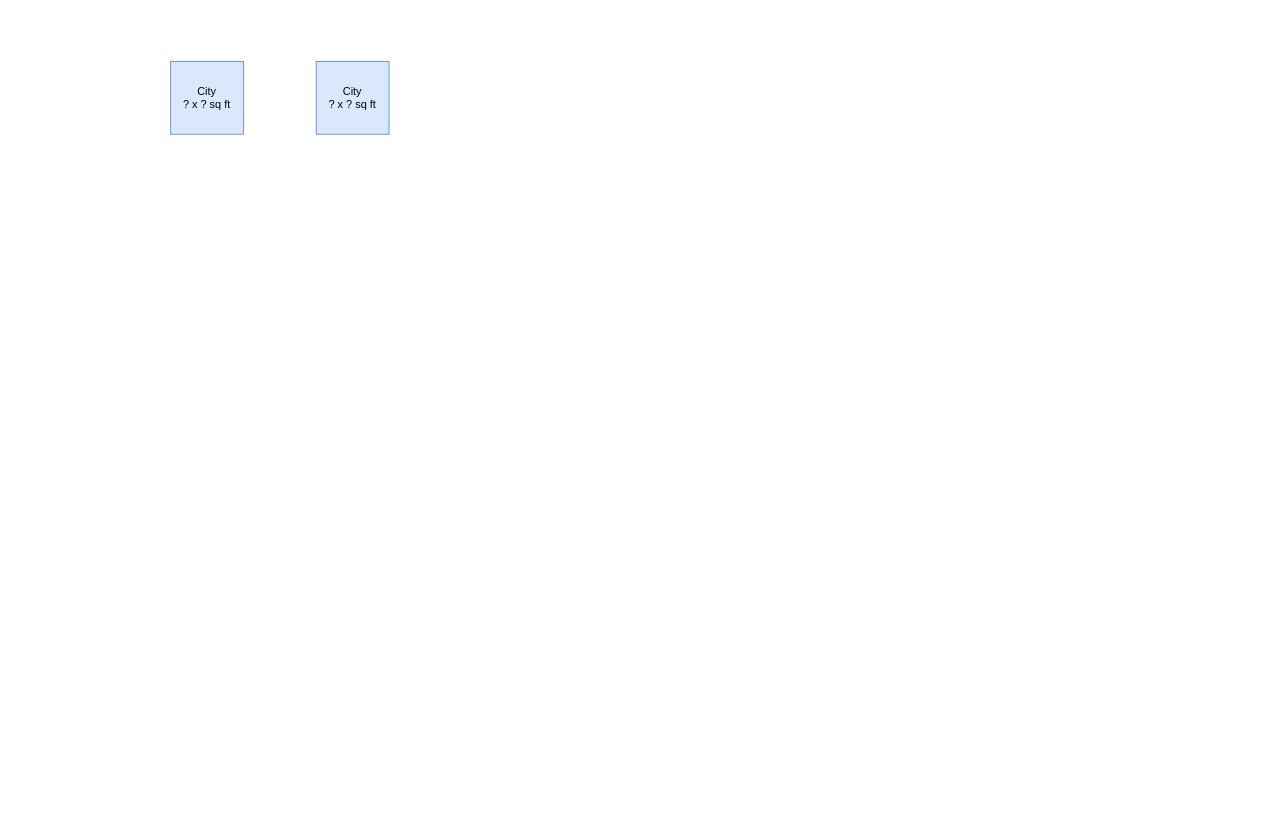
Earlier version of the draw.io diagram src/assets/city_to_city.drawio (harumhl/New-Austin-project). Source tidied: cells renumbered, new cells numbered last; positions are measured from the earlier drawing's top-left corner, leaving out a move shared by most shapes. Both pictures are drawn from the tidied source at 91%, with x=0, y=0 at pixel (170, 61).
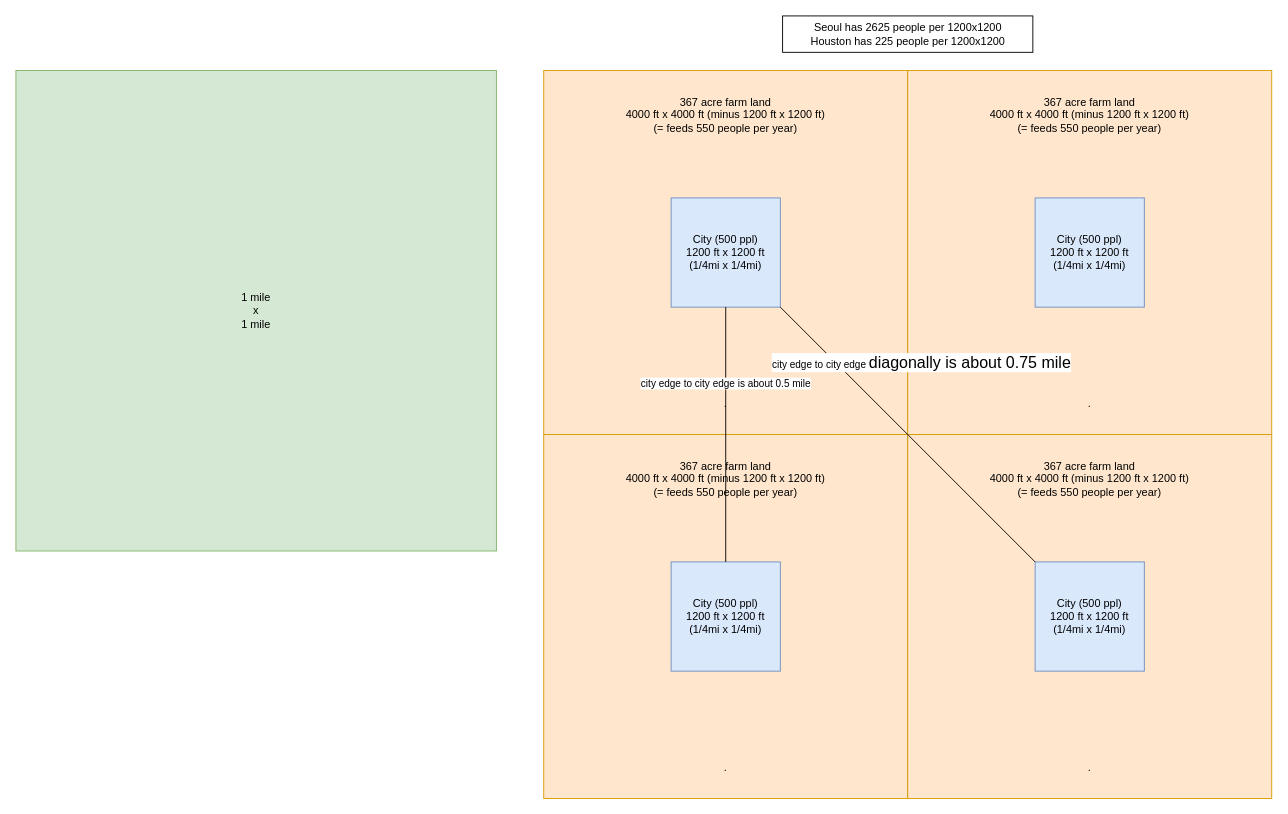
The same diagram, later.

The edit, as a diff of the source:
```diff
@@
 <mxGraphModel>
   <root>
     <mxCell id="0" />
     <mxCell id="1" parent="0" />
-    <mxCell id="2" value="City&lt;br&gt;? x ? sq ft" style="rounded=0;whiteSpace=wrap;html=1;fillColor=#dae8fc;strokeColor=#6c8ebf;" parent="1" vertex="1">
-      <mxGeometry width="80" height="80" as="geometry" />
-    </mxCell>
-    <mxCell id="3" value="City&lt;br&gt;? x ? sq ft" style="rounded=0;whiteSpace=wrap;html=1;fillColor=#dae8fc;strokeColor=#6c8ebf;" parent="1" vertex="1">
-      <mxGeometry x="160" width="80" height="80" as="geometry" />
-    </mxCell>
+    <mxCell id="4" value="Seoul has&amp;nbsp;2625&amp;nbsp;people per 1200x1200&lt;br&gt;Houston has 225 people per 1200x1200" style="rounded=0;whiteSpace=wrap;html=1;" parent="1" vertex="1">
+      <mxGeometry x="672.5" y="-50" width="275" height="40" as="geometry" />
+    </mxCell>
+    <mxCell id="5" value="367 acre farm land&lt;br style=&quot;border-color: var(--border-color);&quot;&gt;&lt;span style=&quot;border-color: var(--border-color);&quot;&gt;4000 ft x 4000 ft (minus 1200 ft x 1200 ft)&lt;br&gt;(= feeds 550 people per year)&lt;br&gt;&lt;br&gt;&lt;br&gt;&lt;br&gt;&lt;br&gt;&lt;br&gt;&lt;br&gt;&lt;br&gt;&lt;br&gt;&lt;br&gt;&lt;br&gt;&lt;br&gt;&lt;br&gt;&lt;br&gt;&lt;br&gt;&lt;br&gt;&lt;br&gt;&lt;br&gt;&lt;br&gt;&lt;br&gt;&lt;br&gt;.&lt;br&gt;&lt;/span&gt;" style="rounded=0;whiteSpace=wrap;html=1;fillColor=#ffe6cc;strokeColor=#d79b00;" parent="1" vertex="1">
+      <mxGeometry x="410" y="10" width="400" height="400" as="geometry" />
+    </mxCell>
+    <mxCell id="6" value="City (500 ppl)&lt;br&gt;1200 ft x 1200 ft&lt;br&gt;(1/4mi x 1/4mi)" style="rounded=0;whiteSpace=wrap;html=1;fillColor=#dae8fc;strokeColor=#6c8ebf;" parent="1" vertex="1">
+      <mxGeometry x="550" y="150" width="120" height="120" as="geometry" />
+    </mxCell>
+    <mxCell id="7" value="367 acre farm land&lt;br style=&quot;border-color: var(--border-color);&quot;&gt;&lt;span style=&quot;border-color: var(--border-color);&quot;&gt;4000 ft x 4000 ft (minus 1200 ft x 1200 ft)&lt;br&gt;(= feeds 550 people per year)&lt;br&gt;&lt;br&gt;&lt;br&gt;&lt;br&gt;&lt;br&gt;&lt;br&gt;&lt;br&gt;&lt;br&gt;&lt;br&gt;&lt;br&gt;&lt;br&gt;&lt;br&gt;&lt;br&gt;&lt;br&gt;&lt;br&gt;&lt;br&gt;&lt;br&gt;&lt;br&gt;&lt;br&gt;&lt;br&gt;&lt;br&gt;.&lt;br&gt;&lt;/span&gt;" style="rounded=0;whiteSpace=wrap;html=1;fillColor=#ffe6cc;strokeColor=#d79b00;" parent="1" vertex="1">
+      <mxGeometry x="810" y="10" width="400" height="400" as="geometry" />
+    </mxCell>
+    <mxCell id="8" value="City (500 ppl)&lt;br&gt;1200 ft x 1200 ft&lt;br&gt;(1/4mi x 1/4mi)" style="rounded=0;whiteSpace=wrap;html=1;fillColor=#dae8fc;strokeColor=#6c8ebf;" parent="1" vertex="1">
+      <mxGeometry x="950" y="150" width="120" height="120" as="geometry" />
+    </mxCell>
+    <mxCell id="9" value="367 acre farm land&lt;br style=&quot;border-color: var(--border-color);&quot;&gt;&lt;span style=&quot;border-color: var(--border-color);&quot;&gt;4000 ft x 4000 ft (minus 1200 ft x 1200 ft)&lt;br&gt;(= feeds 550 people per year)&lt;br&gt;&lt;br&gt;&lt;br&gt;&lt;br&gt;&lt;br&gt;&lt;br&gt;&lt;br&gt;&lt;br&gt;&lt;br&gt;&lt;br&gt;&lt;br&gt;&lt;br&gt;&lt;br&gt;&lt;br&gt;&lt;br&gt;&lt;br&gt;&lt;br&gt;&lt;br&gt;&lt;br&gt;&lt;br&gt;&lt;br&gt;.&lt;br&gt;&lt;/span&gt;" style="rounded=0;whiteSpace=wrap;html=1;fillColor=#ffe6cc;strokeColor=#d79b00;" parent="1" vertex="1">
+      <mxGeometry x="410" y="410" width="400" height="400" as="geometry" />
+    </mxCell>
+    <mxCell id="10" value="City (500 ppl)&lt;br&gt;1200 ft x 1200 ft&lt;br&gt;(1/4mi x 1/4mi)" style="rounded=0;whiteSpace=wrap;html=1;fillColor=#dae8fc;strokeColor=#6c8ebf;" parent="1" vertex="1">
+      <mxGeometry x="550" y="550" width="120" height="120" as="geometry" />
+    </mxCell>
+    <mxCell id="11" value="367 acre farm land&lt;br style=&quot;border-color: var(--border-color);&quot;&gt;&lt;span style=&quot;border-color: var(--border-color);&quot;&gt;4000 ft x 4000 ft (minus 1200 ft x 1200 ft)&lt;br&gt;(= feeds 550 people per year)&lt;br&gt;&lt;br&gt;&lt;br&gt;&lt;br&gt;&lt;br&gt;&lt;br&gt;&lt;br&gt;&lt;br&gt;&lt;br&gt;&lt;br&gt;&lt;br&gt;&lt;br&gt;&lt;br&gt;&lt;br&gt;&lt;br&gt;&lt;br&gt;&lt;br&gt;&lt;br&gt;&lt;br&gt;&lt;br&gt;&lt;br&gt;.&lt;br&gt;&lt;/span&gt;" style="rounded=0;whiteSpace=wrap;html=1;fillColor=#ffe6cc;strokeColor=#d79b00;" parent="1" vertex="1">
+      <mxGeometry x="810" y="410" width="400" height="400" as="geometry" />
+    </mxCell>
+    <mxCell id="12" value="City (500 ppl)&lt;br&gt;1200 ft x 1200 ft&lt;br&gt;(1/4mi x 1/4mi)" style="rounded=0;whiteSpace=wrap;html=1;fillColor=#dae8fc;strokeColor=#6c8ebf;" parent="1" vertex="1">
+      <mxGeometry x="950" y="550" width="120" height="120" as="geometry" />
+    </mxCell>
+    <mxCell id="13" style="endArrow=none;html=1;rounded=0;entryX=0.5;entryY=1;entryDx=0;entryDy=0;exitX=0.5;exitY=0;exitDx=0;exitDy=0;" parent="1" edge="1" source="10" target="6">
+      <mxGeometry relative="1" as="geometry" />
+    </mxCell>
+    <mxCell id="14" value="city edge to city edge is about 0.5 mile" style="edgeLabel;html=1;align=center;verticalAlign=middle;" parent="13" vertex="1">
+      <mxGeometry x="0.41" y="1" relative="1" as="geometry" />
+    </mxCell>
+    <mxCell id="15" style="endArrow=none;html=1;rounded=0;exitX=1;exitY=1;exitDx=0;exitDy=0;entryX=0;entryY=0;entryDx=0;entryDy=0;" parent="1" edge="1" source="6" target="12">
+      <mxGeometry relative="1" as="geometry" />
+    </mxCell>
+    <mxCell id="16" value="city edge to city edge&amp;nbsp;&lt;span style=&quot;color: var(--text-primary); font-family: var(--brand-font); font-size: 1.1rem; text-align: start;&quot;&gt;diagonally is about 0.75 mile&lt;/span&gt;" style="edgeLabel;html=1;align=center;verticalAlign=middle;" parent="15" vertex="1">
+      <mxGeometry x="-0.49" y="-1" relative="1" as="geometry">
+        <mxPoint x="84" y="-12" as="offset" />
+      </mxGeometry>
+    </mxCell>
+    <mxCell id="17" value="1 mile&lt;br&gt;x&lt;br&gt;1 mile" style="rounded=0;whiteSpace=wrap;html=1;fillColor=#d5e8d4;strokeColor=#82b366;" parent="1" vertex="1">
+      <mxGeometry x="-170" y="10" width="528" height="528" as="geometry" />
+    </mxCell>
   </root>
 </mxGraphModel>
```
